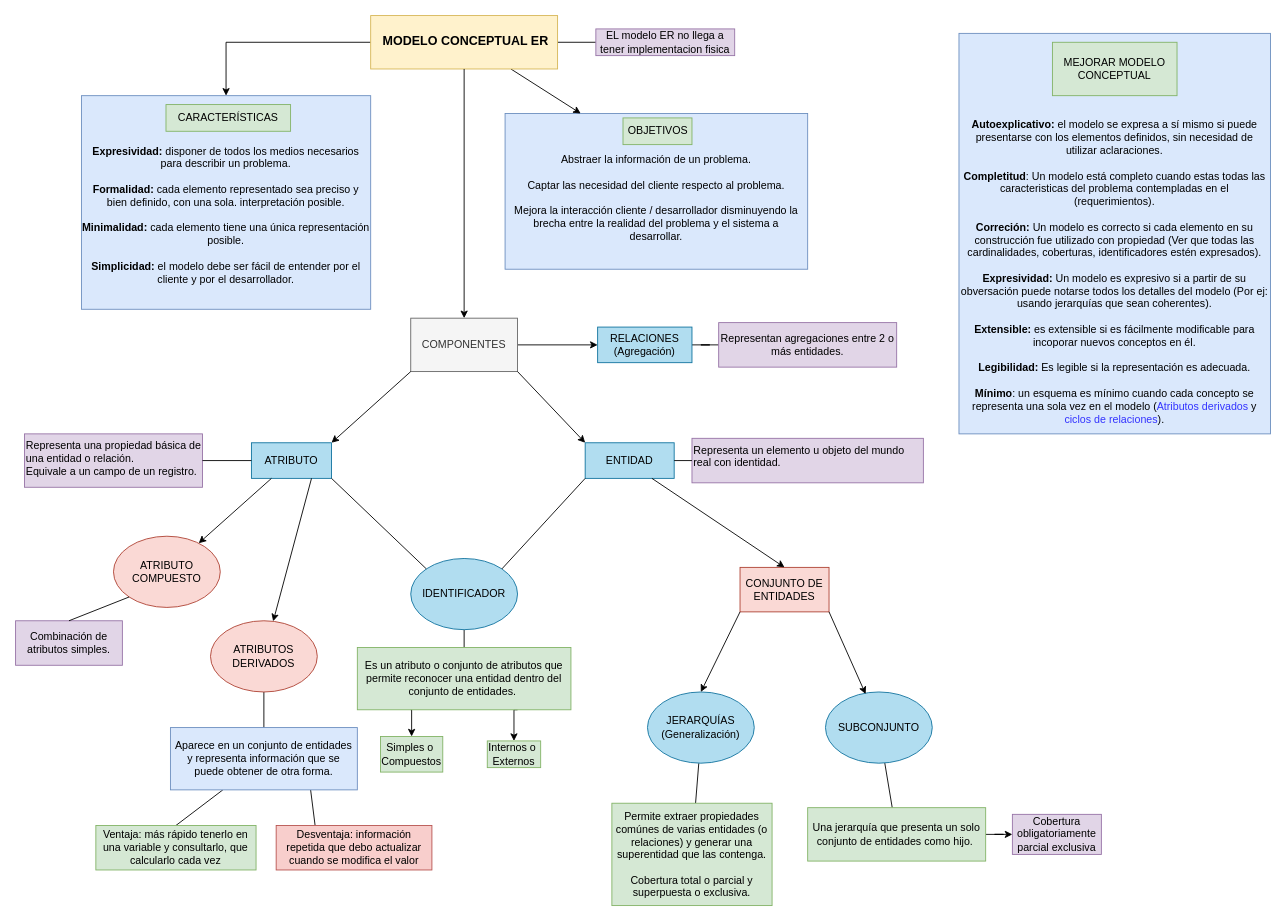
This is page "Modelo ER - Conceptual" (3 of 6) of Diagrama-resumen.drawio from senras/DBD, a draw.io file, before an edit. Source tidied: cells renumbered, new cells numbered last; positions are measured from the earlier drawing's top-left corner, leaving out a move shared by most shapes. Both pictures are drawn from the tidied source at 89%, with x=0, y=0 at pixel (15, 15).
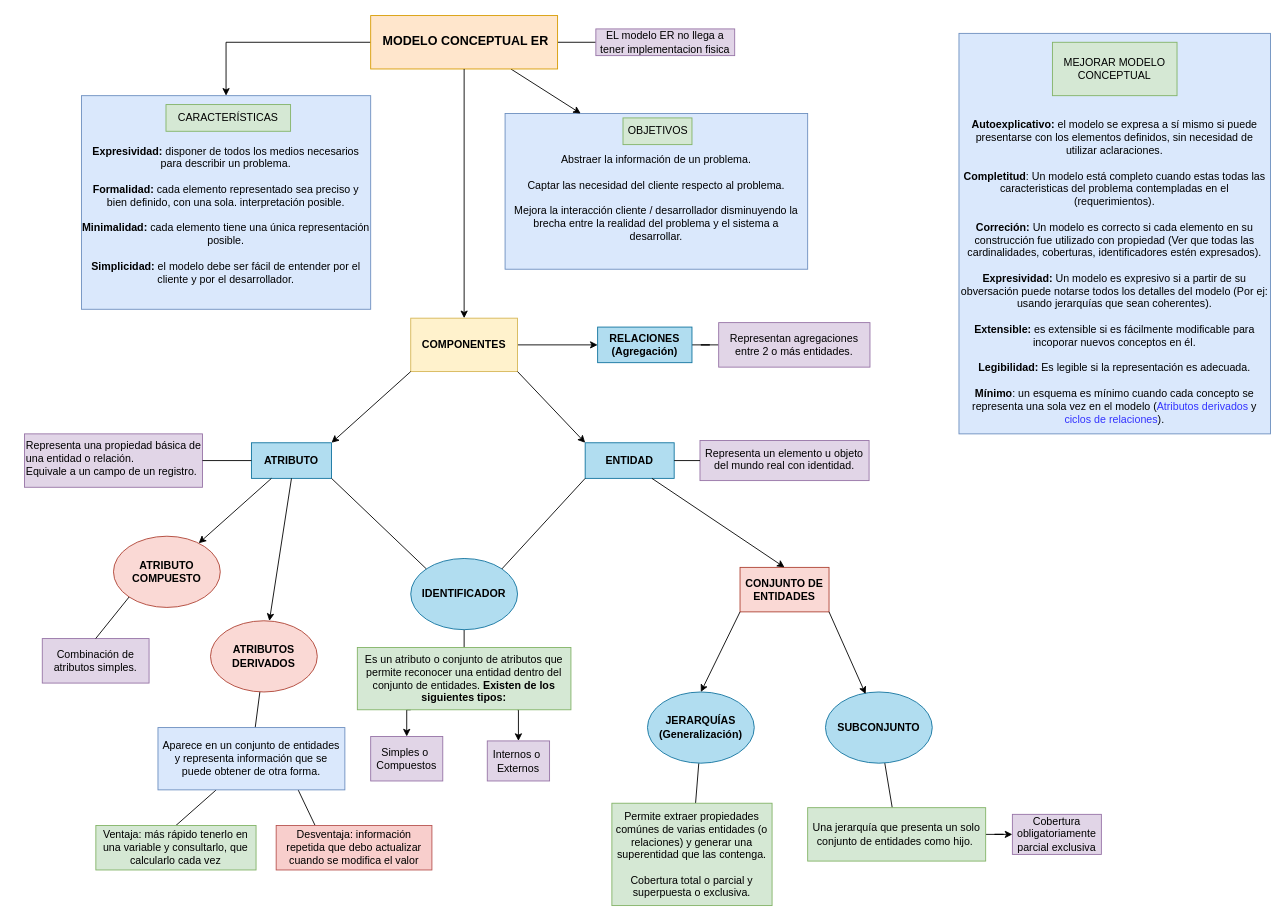
Above is the later version.

What changed in the source:
```diff
@@
-    <mxCell id="8" value="&lt;h3&gt;&amp;nbsp;MODELO CONCEPTUAL ER&lt;/h3&gt;" style="text;whiteSpace=wrap;html=1;align=center;fillColor=#fff2cc;strokeColor=#d6b656;" parent="1" vertex="1">
+    <mxCell id="8" value="&lt;h3&gt;&amp;nbsp;MODELO CONCEPTUAL ER&lt;/h3&gt;" style="text;whiteSpace=wrap;html=1;align=center;fillColor=#ffe6cc;strokeColor=#d79b00;" parent="1" vertex="1">
       <mxGeometry x="399" width="210" height="60" as="geometry" />
     </mxCell>
@@
-    <mxCell id="11" value="Representa un elemento u objeto del mundo real con identidad." style="text;whiteSpace=wrap;html=1;fillColor=#e1d5e7;strokeColor=#9673a6;" parent="1" vertex="1">
-      <mxGeometry x="760" y="475" width="260" height="50" as="geometry" />
+    <mxCell id="11" value="Representa un elemento u objeto del mundo real con identidad." style="text;whiteSpace=wrap;html=1;fillColor=#e1d5e7;strokeColor=#9673a6;align=center;" parent="1" vertex="1">
+      <mxGeometry x="769" y="477.5" width="190" height="45" as="geometry" />
     </mxCell>
-    <mxCell id="12" value="ENTIDAD" style="rounded=0;whiteSpace=wrap;html=1;fillColor=#b1ddf0;strokeColor=#10739e;" parent="1" vertex="1">
+    <mxCell id="12" value="ENTIDAD" style="rounded=0;whiteSpace=wrap;html=1;fillColor=#b1ddf0;strokeColor=#10739e;fontStyle=1;" parent="1" vertex="1">
       <mxGeometry x="640" y="480" width="100" height="40" as="geometry" />
     </mxCell>
-    <mxCell id="13" value="CONJUNTO DE ENTIDADES" style="text;html=1;align=center;verticalAlign=middle;whiteSpace=wrap;rounded=0;fillColor=#fad9d5;strokeColor=#ae4132;" parent="1" vertex="1">
+    <mxCell id="13" value="CONJUNTO DE ENTIDADES" style="text;html=1;align=center;verticalAlign=middle;whiteSpace=wrap;rounded=0;fillColor=#fad9d5;strokeColor=#ae4132;fontStyle=1;" parent="1" vertex="1">
       <mxGeometry x="814" y="620" width="100" height="50" as="geometry" />
     </mxCell>
@@
-    <mxCell id="15" value="ATRIBUTO" style="rounded=0;whiteSpace=wrap;html=1;strokeColor=#10739e;fillColor=#b1ddf0;" parent="1" vertex="1">
+    <mxCell id="15" value="ATRIBUTO" style="rounded=0;whiteSpace=wrap;html=1;strokeColor=#10739e;fillColor=#b1ddf0;fontStyle=1;" parent="1" vertex="1">
       <mxGeometry x="265" y="480" width="90" height="40" as="geometry" />
     </mxCell>
-    <mxCell id="16" value="ATRIBUTO COMPUESTO" style="ellipse;whiteSpace=wrap;html=1;strokeColor=#ae4132;fillColor=#fad9d5;" parent="1" vertex="1">
+    <mxCell id="16" value="ATRIBUTO COMPUESTO" style="ellipse;whiteSpace=wrap;html=1;strokeColor=#ae4132;fillColor=#fad9d5;fontStyle=1;" parent="1" vertex="1">
       <mxGeometry x="110" y="585" width="120" height="80" as="geometry" />
     </mxCell>
@@
-    <mxCell id="18" value="IDENTIFICADOR" style="ellipse;whiteSpace=wrap;html=1;strokeColor=#10739e;fillColor=#b1ddf0;" parent="1" vertex="1">
+    <mxCell id="18" value="IDENTIFICADOR" style="ellipse;whiteSpace=wrap;html=1;strokeColor=#10739e;fillColor=#b1ddf0;fontStyle=1;" parent="1" vertex="1">
       <mxGeometry x="444" y="610" width="120" height="80" as="geometry" />
     </mxCell>
@@
-    <mxCell id="20" value="JERARQUÍAS&lt;br&gt;(Generalización)" style="ellipse;whiteSpace=wrap;html=1;strokeColor=#10739e;fillColor=#b1ddf0;" parent="1" vertex="1">
+    <mxCell id="20" value="JERARQUÍAS&lt;br&gt;(Generalización)" style="ellipse;whiteSpace=wrap;html=1;strokeColor=#10739e;fillColor=#b1ddf0;fontStyle=1;" parent="1" vertex="1">
       <mxGeometry x="710" y="760" width="120" height="80" as="geometry" />
     </mxCell>
@@
-    <mxCell id="22" value="SUBCONJUNTO" style="ellipse;whiteSpace=wrap;html=1;strokeColor=#10739e;fillColor=#b1ddf0;" parent="1" vertex="1">
+    <mxCell id="22" value="SUBCONJUNTO" style="ellipse;whiteSpace=wrap;html=1;strokeColor=#10739e;fillColor=#b1ddf0;fontStyle=1;" parent="1" vertex="1">
       <mxGeometry x="910" y="760" width="120" height="80" as="geometry" />
     </mxCell>
@@
-    <mxCell id="24" value="ATRIBUTOS DERIVADOS" style="ellipse;whiteSpace=wrap;html=1;strokeColor=#ae4132;fillColor=#fad9d5;" parent="1" vertex="1">
+    <mxCell id="24" value="ATRIBUTOS DERIVADOS" style="ellipse;whiteSpace=wrap;html=1;strokeColor=#ae4132;fillColor=#fad9d5;fontStyle=1;" parent="1" vertex="1">
       <mxGeometry x="219" y="680" width="120" height="80" as="geometry" />
     </mxCell>
@@
-    <mxCell id="26" value="COMPONENTES" style="rounded=0;whiteSpace=wrap;html=1;strokeColor=#666666;fillColor=#f5f5f5;fontColor=#333333;" parent="1" vertex="1">
+    <mxCell id="26" value="COMPONENTES" style="rounded=0;whiteSpace=wrap;html=1;strokeColor=#d6b656;fillColor=#fff2cc;fontStyle=1;" parent="1" vertex="1">
       <mxGeometry x="444" y="340" width="120" height="60" as="geometry" />
     </mxCell>
@@
-    <mxCell id="31" style="endArrow=classic;html=1;rounded=0;exitX=0.75;exitY=1;exitDx=0;exitDy=0;" parent="1" edge="1" source="15" target="24">
+    <mxCell id="31" style="endArrow=classic;html=1;rounded=0;exitX=0.5;exitY=1;exitDx=0;exitDy=0;" parent="1" edge="1" source="15" target="24">
       <mxGeometry relative="1" as="geometry" />
     </mxCell>
@@
-    <mxCell id="40" value="RELACIONES&lt;br&gt;(Agregación)" style="rounded=0;whiteSpace=wrap;html=1;strokeColor=#10739e;fillColor=#b1ddf0;" parent="1" vertex="1">
+    <mxCell id="40" value="RELACIONES&lt;br&gt;(Agregación)" style="rounded=0;whiteSpace=wrap;html=1;strokeColor=#10739e;fillColor=#b1ddf0;fontStyle=1;" parent="1" vertex="1">
       <mxGeometry x="654" y="350" width="106" height="40" as="geometry" />
     </mxCell>
     <mxCell id="41" value="Representan agregaciones entre 2 o más entidades." style="text;html=1;strokeColor=#9673a6;fillColor=#e1d5e7;align=center;verticalAlign=middle;whiteSpace=wrap;rounded=0;" parent="1" vertex="1">
-      <mxGeometry x="790" y="345" width="200" height="50" as="geometry" />
+      <mxGeometry x="790" y="345" width="170" height="50" as="geometry" />
     </mxCell>
     <mxCell id="42" value="Combinación de atributos simples." style="text;html=1;strokeColor=#9673a6;fillColor=#e1d5e7;align=center;verticalAlign=middle;whiteSpace=wrap;rounded=0;" parent="1" vertex="1">
-      <mxGeometry y="680" width="120" height="50" as="geometry" />
+      <mxGeometry x="30" y="700" width="120" height="50" as="geometry" />
     </mxCell>
@@
-    <mxCell id="46" value="Es un atributo o conjunto de atributos que permite reconocer una entidad dentro del conjunto de entidades.&amp;nbsp;" style="text;html=1;strokeColor=#82b366;fillColor=#d5e8d4;align=center;verticalAlign=middle;whiteSpace=wrap;rounded=0;" parent="1" vertex="1">
+    <mxCell id="46" value="Es un atributo o conjunto de atributos que permite reconocer una entidad dentro del conjunto de entidades. &lt;b&gt;Existen de los siguientes tipos:&lt;/b&gt;" style="text;html=1;strokeColor=#82b366;fillColor=#d5e8d4;align=center;verticalAlign=middle;whiteSpace=wrap;rounded=0;" parent="1" vertex="1">
       <mxGeometry x="384" y="710" width="240" height="70" as="geometry" />
     </mxCell>
@@
     <mxCell id="51" value="Aparece en un conjunto de entidades y representa información que se puede obtener de otra forma." style="text;html=1;strokeColor=#6c8ebf;fillColor=#dae8fc;align=center;verticalAlign=middle;whiteSpace=wrap;rounded=0;" parent="1" vertex="1">
-      <mxGeometry x="174" y="800" width="210" height="70" as="geometry" />
+      <mxGeometry x="160" y="800" width="210" height="70" as="geometry" />
     </mxCell>
@@
-    <mxCell id="55" value="Simples o&amp;nbsp;&lt;br&gt;Compuestos" style="text;html=1;strokeColor=#82b366;fillColor=#d5e8d4;align=center;verticalAlign=middle;whiteSpace=wrap;rounded=0;" parent="1" vertex="1">
-      <mxGeometry x="410" y="810" width="70" height="40" as="geometry" />
+    <mxCell id="55" value="Simples o&amp;nbsp;&lt;br&gt;Compuestos" style="text;html=1;strokeColor=#9673a6;fillColor=#e1d5e7;align=center;verticalAlign=middle;whiteSpace=wrap;rounded=0;fontStyle=0;" parent="1" vertex="1">
+      <mxGeometry x="399" y="810" width="81" height="50" as="geometry" />
     </mxCell>
-    <mxCell id="56" value="Internos o&amp;nbsp;&lt;br&gt;Externos" style="text;html=1;strokeColor=#82b366;fillColor=#d5e8d4;align=center;verticalAlign=middle;whiteSpace=wrap;rounded=0;" parent="1" vertex="1">
-      <mxGeometry x="530" y="815" width="60" height="30" as="geometry" />
+    <mxCell id="56" value="Internos o&amp;nbsp;&lt;br&gt;Externos" style="text;html=1;strokeColor=#9673a6;fillColor=#e1d5e7;align=center;verticalAlign=middle;whiteSpace=wrap;rounded=0;fontStyle=0;" parent="1" vertex="1">
+      <mxGeometry x="530" y="815" width="70" height="45" as="geometry" />
     </mxCell>
```
